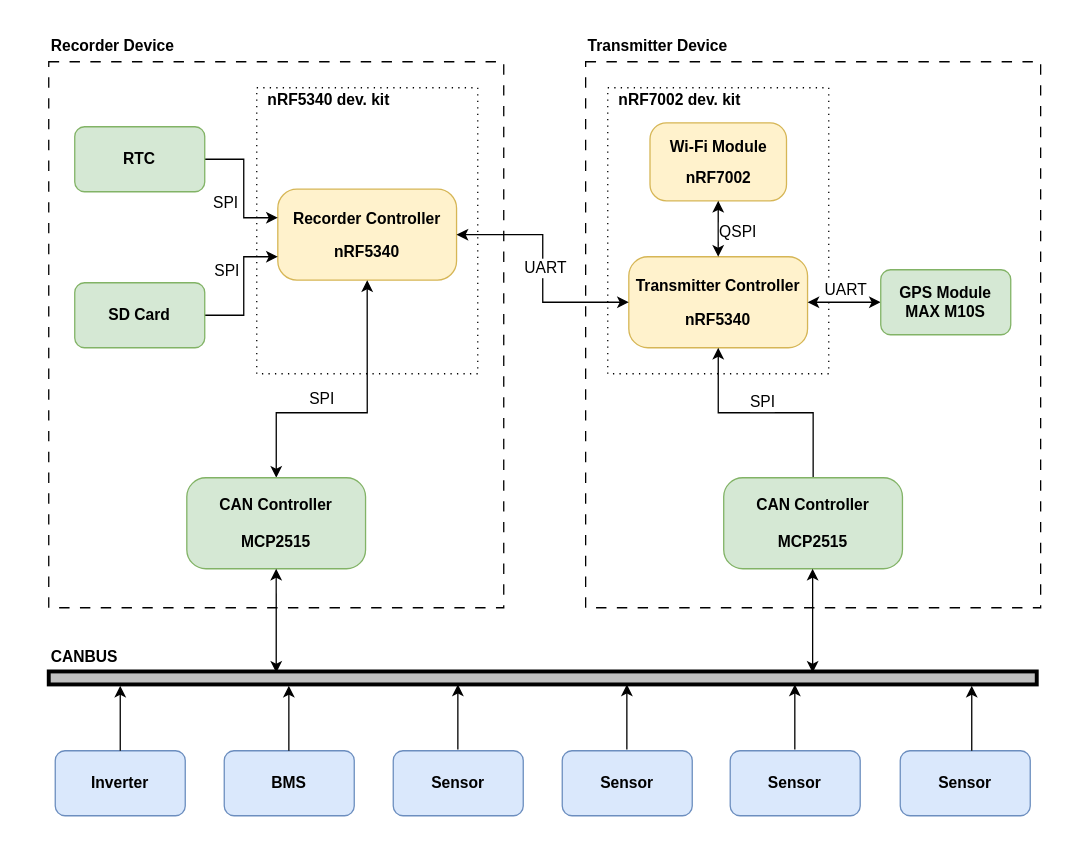
Above: Report/diagrams/BlocDiagram.drawio in svankappel/Telemtetry-for-the-Formula-Student (draw.io), before the change. Source tidied: cells renumbered, new cells numbered last; positions are measured from the earlier drawing's top-left corner, leaving out a move shared by most shapes. Both pictures are drawn from the tidied source at 130%, with x=0, y=0 at pixel (22, 22).
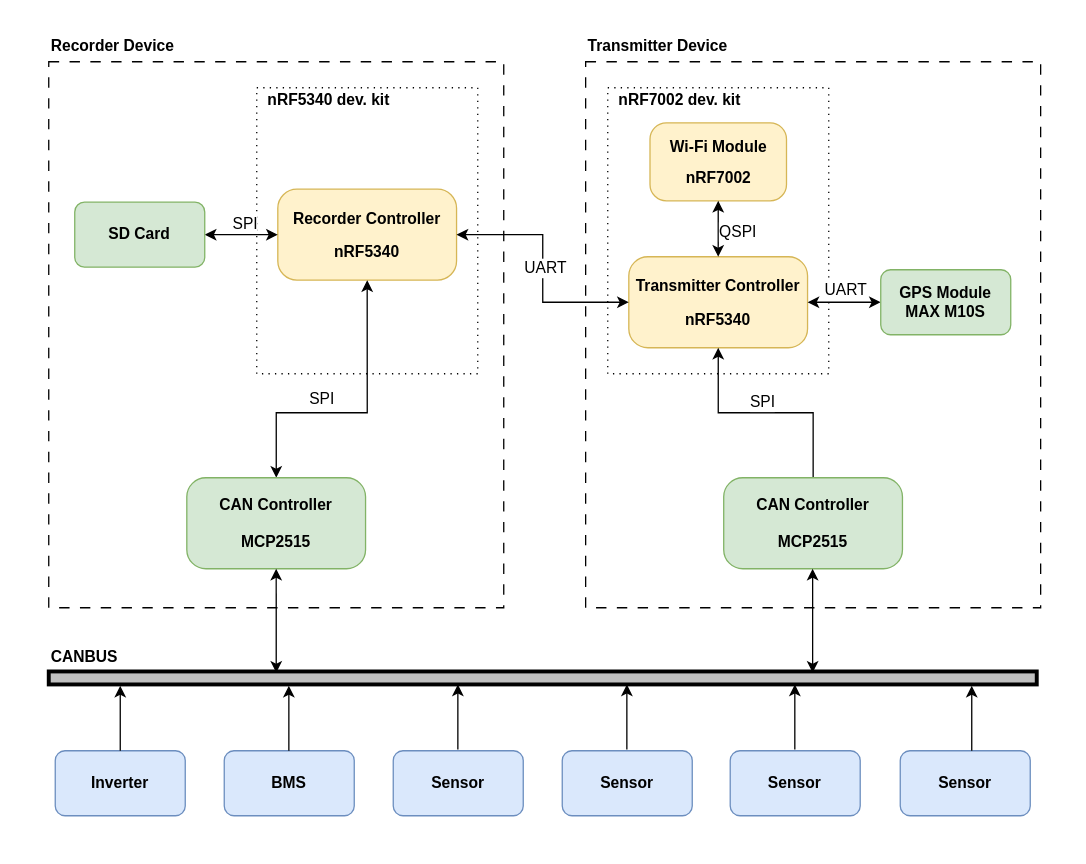
The same diagram, later.

Commit message:
update bloc diagram

The change refers to these unchanged cells:
```xml
<mxCell id="13" value="Recorder Controller&lt;br style=&quot;font-size: 12px;&quot;&gt;&lt;div style=&quot;line-height: 100%; font-size: 12px;&quot; align=&quot;center&quot;&gt;&lt;br style=&quot;font-size: 12px;&quot;&gt;&lt;/div&gt;&lt;div style=&quot;line-height: 100%; font-size: 12px;&quot; align=&quot;center&quot;&gt;nRF5340&lt;/div&gt;" style="rounded=1;whiteSpace=wrap;html=1;align=center;arcSize=21;fillColor=#fff2cc;strokeColor=#d6b656;fontSize=12;fontStyle=1;fontFamily=Helvetica;" parent="11" vertex="1">
  <mxGeometry x="16.2" y="78" width="137.5" height="70" as="geometry" />
</mxCell>
```

Diff of the diagram source:
```diff
@@
-    <mxCell id="14" style="edgeStyle=orthogonalEdgeStyle;rounded=0;jettySize=auto;html=1;fontFamily=Helvetica;" parent="1" edge="1" source="16" target="13">
-      <mxGeometry relative="1" as="geometry">
-        <Array as="points">
-          <mxPoint x="170" y="105" />
-          <mxPoint x="170" y="150" />
-        </Array>
-      </mxGeometry>
-    </mxCell>
-    <mxCell id="15" value="&lt;div style=&quot;font-size: 12px;&quot;&gt;SPI&lt;/div&gt;" style="edgeLabel;html=1;align=center;verticalAlign=middle;fontFamily=Helvetica;fontSize=12;" parent="14" vertex="1">
-      <mxGeometry x="-0.04" y="2" relative="1" as="geometry">
-        <mxPoint x="-17" y="14" as="offset" />
-      </mxGeometry>
-    </mxCell>
-    <mxCell id="16" value="RTC" style="rounded=1;whiteSpace=wrap;html=1;fillColor=#d5e8d4;strokeColor=#82b366;fontStyle=1;fontFamily=Helvetica;" parent="1" vertex="1">
-      <mxGeometry x="40" y="80" width="100" height="50" as="geometry" />
-    </mxCell>
-    <mxCell id="17" style="edgeStyle=orthogonalEdgeStyle;rounded=0;jettySize=auto;html=1;fontFamily=Helvetica;" parent="1" edge="1" source="19" target="13">
-      <mxGeometry relative="1" as="geometry">
-        <Array as="points">
-          <mxPoint x="170" y="225" />
-          <mxPoint x="170" y="180" />
-        </Array>
-      </mxGeometry>
+    <mxCell id="17" style="edgeStyle=orthogonalEdgeStyle;rounded=0;jettySize=auto;html=1;startArrow=classic;startFill=1;" parent="1" edge="1" source="19" target="13">
+      <mxGeometry relative="1" as="geometry" />
     </mxCell>
-    <mxCell id="18" value="&lt;div style=&quot;font-size: 12px;&quot;&gt;SPI&lt;/div&gt;" style="edgeLabel;html=1;align=center;verticalAlign=middle;fontSize=12;fontFamily=Helvetica;" parent="17" vertex="1">
-      <mxGeometry x="-0.19" relative="1" as="geometry">
-        <mxPoint x="-14" y="-24" as="offset" />
-      </mxGeometry>
-    </mxCell>
+    <mxCell id="50" value="SPI" style="edgeLabel;html=1;align=center;verticalAlign=middle;fontSize=12;" parent="17" vertex="1">
+      <mxGeometry x="-0.28" relative="1" as="geometry">
+        <mxPoint x="10" y="-9" as="offset" />
+      </mxGeometry>
+    </mxCell>
     <mxCell id="19" value="SD Card" style="rounded=1;whiteSpace=wrap;html=1;fillColor=#d5e8d4;strokeColor=#82b366;fontStyle=1;fontFamily=Helvetica;" parent="1" vertex="1">
-      <mxGeometry x="40" y="200" width="100" height="50" as="geometry" />
+      <mxGeometry x="40" y="138" width="100" height="50" as="geometry" />
     </mxCell>
```
